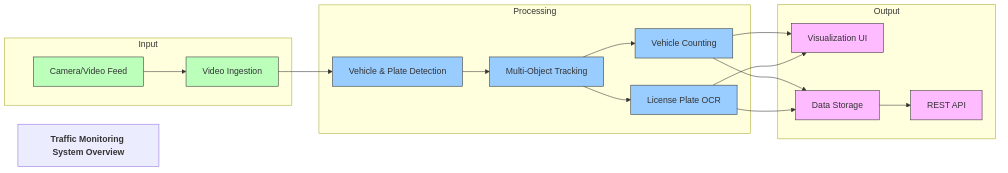
Above: traffic_monitoring/docs/images/system_overview.png in leakless21/codespaces-blank (Mermaid), before the change. Its source is kept beside it as traffic_monitoring/docs/images/system_overview.mmd. The source it was exported from:
```mermaid
graph LR
    title[<b>Traffic Monitoring System Overview</b>]

    subgraph Input
        Camera[Camera/Video Feed]
        Video[Video Ingestion]
    end

    subgraph Processing
        Detection[Vehicle & Plate Detection]
        Tracking[Multi-Object Tracking]
        Counting[Vehicle Counting]
        OCR[License Plate OCR]
    end

    subgraph Output
        UI[Visualization UI]
        Data[Data Storage]
        API[REST API]
    end

    Camera --> Video
    Video --> Detection
    Detection --> Tracking
    Tracking --> Counting
    Tracking --> OCR
    Counting --> UI
    OCR --> UI
    Counting --> Data
    OCR --> Data
    Data --> API

    classDef input fill:#bfb,stroke:#333,stroke-width:1px
    classDef process fill:#9cf,stroke:#333,stroke-width:1px
    classDef output fill:#fbf,stroke:#333,stroke-width:1px

    class Camera,Video input
    class Detection,Tracking,Counting,OCR process
    class UI,Data,API output
```
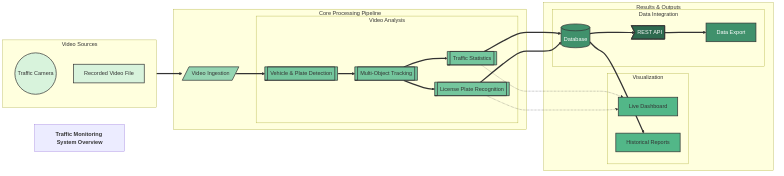
The same diagram one commit later.

Diff of the diagram source:
```diff
@@ -1,39 +1,65 @@
-graph LR
+flowchart LR
     title[<b>Traffic Monitoring System Overview</b>]
 
-    subgraph Input
-        Camera[Camera/Video Feed]
-        Video[Video Ingestion]
+    subgraph InputSources["Video Sources"]
+        direction TB
+        Camera(("Traffic Camera"))
+        VideoFile["Recorded Video File"]
     end
 
-    subgraph Processing
-        Detection[Vehicle & Plate Detection]
-        Tracking[Multi-Object Tracking]
-        Counting[Vehicle Counting]
-        OCR[License Plate OCR]
+    subgraph CorePipeline["Core Processing Pipeline"]
+        direction TB
+        VideoIngestion[/"Video Ingestion"/]
+
+        subgraph Analysis["Video Analysis"]
+            direction TB
+            Detection[["Vehicle & Plate Detection"]]
+            Tracking[["Multi-Object Tracking"]]
+            Counting[["Traffic Statistics"]]
+            OCR[["License Plate Recognition"]]
+        end
     end
 
-    subgraph Output
-        UI[Visualization UI]
-        Data[Data Storage]
-        API[REST API]
+    subgraph Results["Results & Outputs"]
+        direction TB
+        subgraph Visualization["Visualization"]
+            LiveDashboard["Live Dashboard"]
+            HistoricalData["Historical Reports"]
+        end
+
+        subgraph Integration["Data Integration"]
+            Database[(Database)]
+            API>"REST API"]
+            Export["Data Export"]
+        end
     end
 
-    Camera --> Video
-    Video --> Detection
-    Detection --> Tracking
-    Tracking --> Counting
-    Tracking --> OCR
-    Counting --> UI
-    OCR --> UI
-    Counting --> Data
-    OCR --> Data
-    Data --> API
+    InputSources ==> VideoIngestion
+    VideoIngestion ==> Detection
+    Detection ==> Tracking
+    Tracking ==> Counting
+    Tracking ==> OCR
 
-    classDef input fill:#bfb,stroke:#333,stroke-width:1px
-    classDef process fill:#9cf,stroke:#333,stroke-width:1px
-    classDef output fill:#fbf,stroke:#333,stroke-width:1px
+    Counting -.-> LiveDashboard
+    OCR -.-> LiveDashboard
 
-    class Camera,Video input
-    class Detection,Tracking,Counting,OCR process
-    class UI,Data,API output
+    Counting ==> Database
+    OCR ==> Database
+
+    Database ==> HistoricalData
+    Database ==> API
+    API ==> Export
+
+    classDef input fill:#d8f3dc,stroke:#333,stroke-width:2px
+    classDef ingestion fill:#95d5b2,stroke:#333,stroke-width:2px
+    classDef analysis fill:#74c69d,stroke:#333,stroke-width:2px
+    classDef visualization fill:#52b788,stroke:#333,stroke-width:2px
+    classDef database fill:#40916c,stroke:#333,stroke-width:2px,color:#fff
+    classDef api fill:#2d6a4f,stroke:#333,stroke-width:2px,color:#fff
+
+    class Camera,VideoFile input
+    class VideoIngestion ingestion
+    class Detection,Tracking,Counting,OCR analysis
+    class LiveDashboard,HistoricalData visualization
+    class Database,Export database
+    class API api
```
